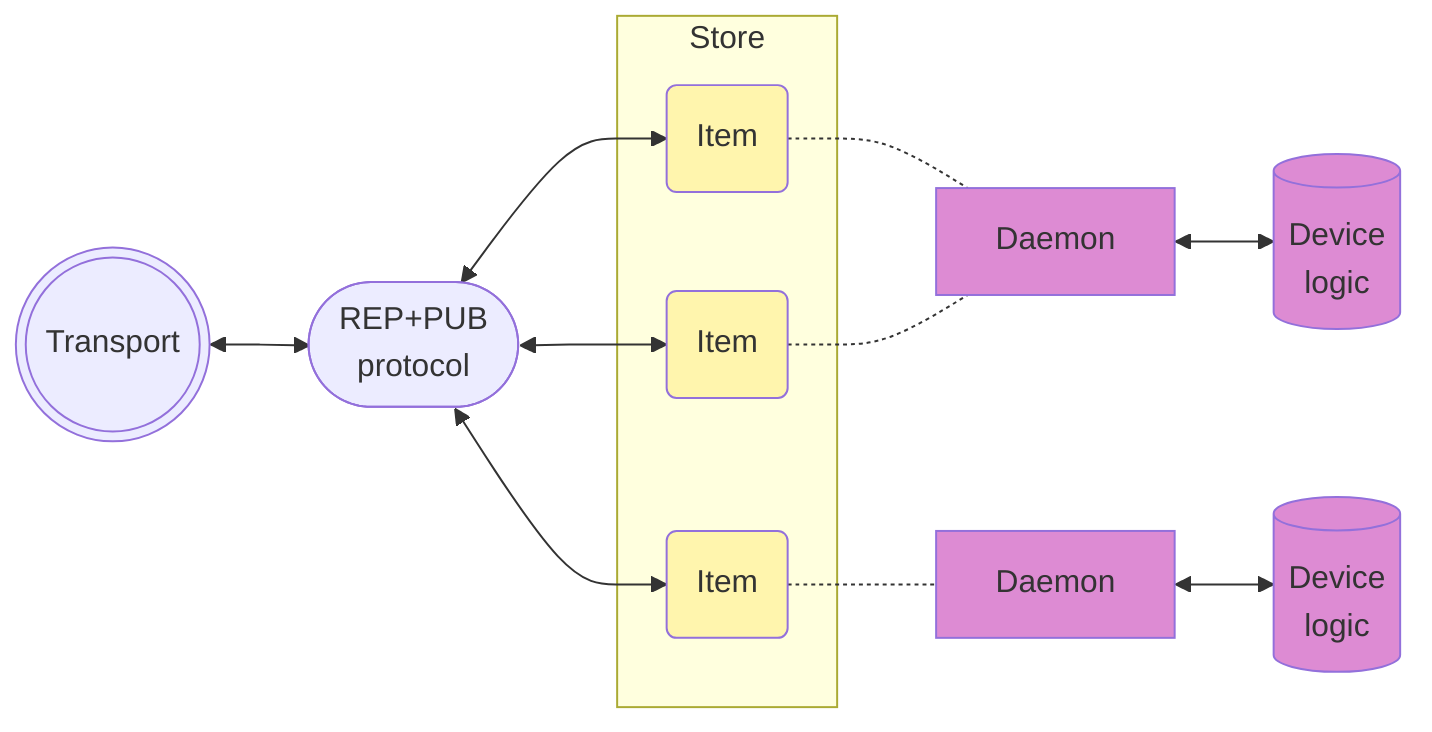
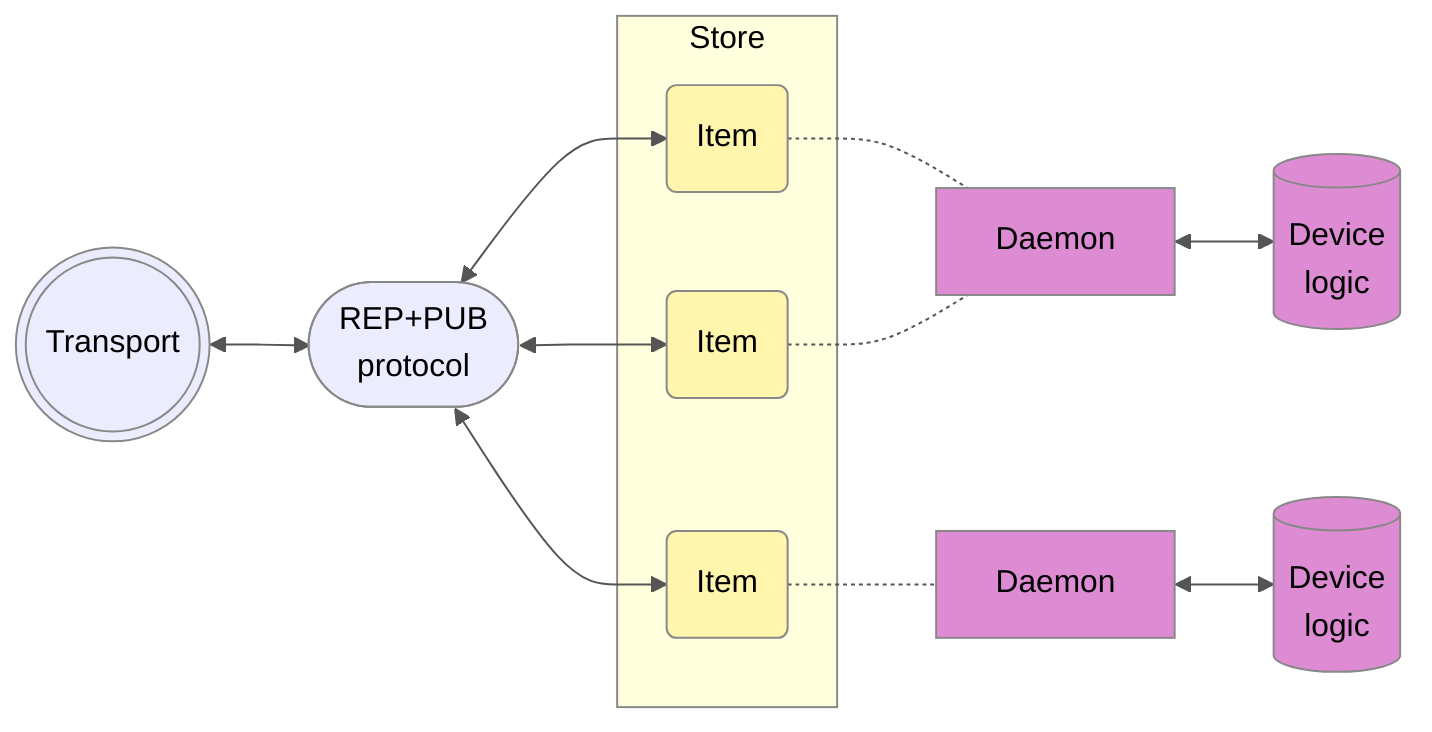
flowchart LR
+ 
+     linkStyle default stroke:#555555
+ 
    ZMQ0(((Transport)))
    Proto0([REP+PUB<br>protocol])
    ZMQ0<-->Proto0

-     subgraph store [Store]
+     subgraph Store0 [Store]
    Item0(Item)
    Item1(Item)
    Item2(Item)
    end
-     style Item0 fill:#fff5ad
-     style Item1 fill:#fff5ad
-     style Item2 fill:#fff5ad

    Proto0 <--> Item0
    Proto0 <--> Item1
    Proto0 <--> Item2

    Item0 -.- Daemon0[Daemon]
    Item1 -.- Daemon0
    Daemon0 <--> Device0@{ shape: cyl, label: "Device<br>logic" }
-     style Daemon0 fill:#dd8bd3
-     style Device0 fill:#dd8bd3
    Item2 -.- Daemon1[Daemon]
    Daemon1 <--> Device1@{ shape: cyl, label: "Device<br>logic" }
-     style Daemon1 fill:#dd8bd3
-     style Device1 fill:#dd8bd3
+ 
+     style Daemon0 fill:#dd8bd3,color:black,stroke:#888888
+     style Daemon1 fill:#dd8bd3,color:black,stroke:#888888
+     style Device0 fill:#dd8bd3,color:black,stroke:#888888
+     style Device1 fill:#dd8bd3,color:black,stroke:#888888
+     style Item0 fill:#fff5ad,color:black,stroke:#888888
+     style Item1 fill:#fff5ad,color:black,stroke:#888888
+     style Item2 fill:#fff5ad,color:black,stroke:#888888
+     style Proto0 fill:#ececff,color:black,stroke:#888888
+     style Store0 fill:#ffffde,color:black,stroke:#888888
+     style ZMQ0 fill:#ececff,color:black,stroke:#888888
+ 
